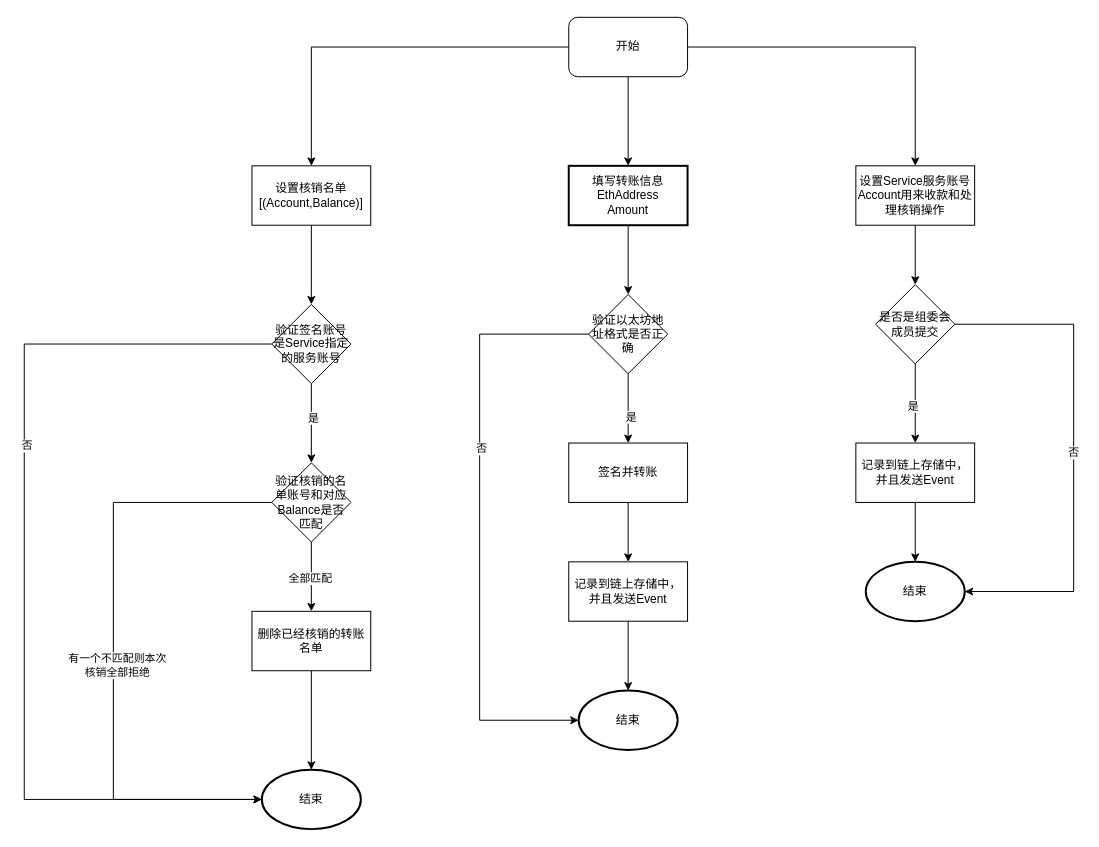
kami1983/umls keeps this draw.io diagram as page "流程图" (1 of 2) of 简易转账流程.drawio. Above is the earlier version. Source tidied: cells renumbered, new cells numbered last; positions are measured from the earlier drawing's top-left corner, leaving out a move shared by most shapes. Both pictures are drawn from the tidied source at 99%, with x=0, y=0 at pixel (24, 17).
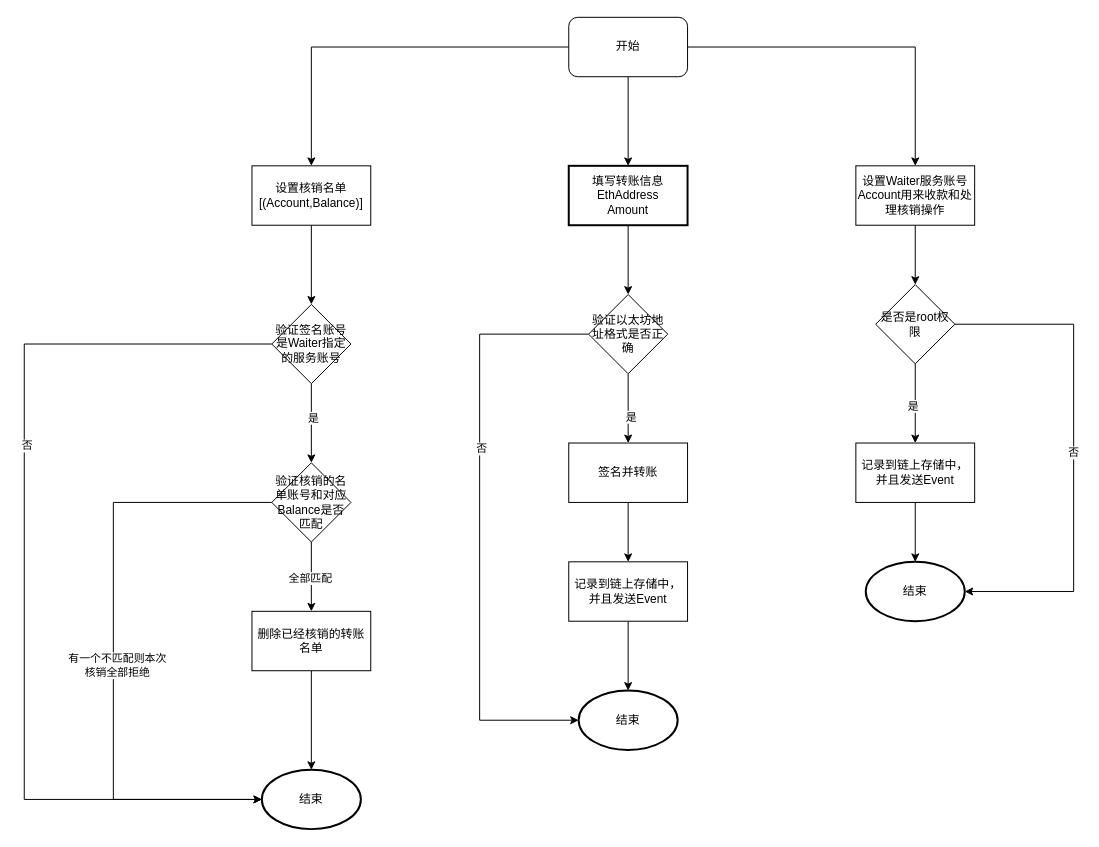
After the change.

Commit message (it also covers changes not shown here):
Update 简易转账流程.drawio

The edit, as a diff of the source:
```diff
@@
-    <mxCell id="12" value="设置Service服务账号&lt;br&gt;Account用来收款和处理核销操作" style="rounded=0;whiteSpace=wrap;html=1;" parent="1" vertex="1">
+    <mxCell id="12" value="设置Waiter服务账号&lt;br&gt;Account用来收款和处理核销操作" style="rounded=0;whiteSpace=wrap;html=1;" parent="1" vertex="1">
       <mxGeometry x="840" y="150" width="120" height="60" as="geometry" />
     </mxCell>
@@
-    <mxCell id="16" value="是否是组委会成员提交" style="rhombus;whiteSpace=wrap;html=1;" parent="1" vertex="1">
+    <mxCell id="16" value="是否是root权限" style="rhombus;whiteSpace=wrap;html=1;" parent="1" vertex="1">
       <mxGeometry x="860" y="270" width="80" height="80" as="geometry" />
     </mxCell>
@@
-    <mxCell id="41" value="验证签名账号是Service指定的服务账号" style="rhombus;whiteSpace=wrap;html=1;" parent="1" vertex="1">
+    <mxCell id="41" value="验证签名账号是Waiter指定的服务账号" style="rhombus;whiteSpace=wrap;html=1;" parent="1" vertex="1">
       <mxGeometry x="250" y="290" width="80" height="80" as="geometry" />
     </mxCell>
```
